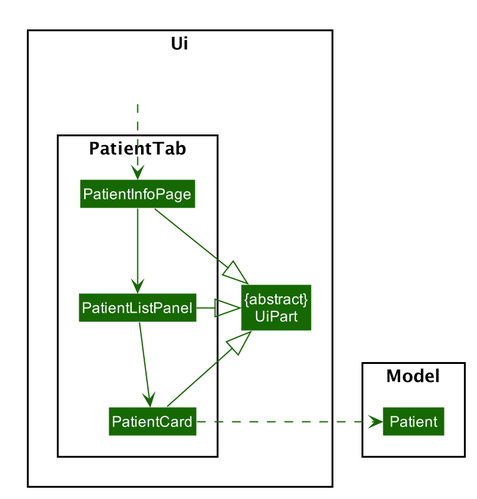
The PlantUML diagram docs/images/UiPatientClassDiagram.png in thutahw/tp, before a commit. Its diagram source:
```plantuml
@startuml








skinparam BackgroundColor #FFFFFFF

skinparam Shadowing false

skinparam Class {
    FontColor #FFFFFF
    BorderThickness 1
    BorderColor #FFFFFF
    StereotypeFontColor #FFFFFF
    FontName Arial
}

skinparam Actor {
    BorderColor #000000
    Color #000000
    FontName Arial
}

skinparam Sequence {
    MessageAlign center
    BoxFontSize 15
    BoxPadding 0
    BoxFontColor #FFFFFF
    FontName Arial
}

skinparam Participant {
    FontColor #FFFFFFF
    Padding 20
}

skinparam MinClassWidth 50
skinparam ParticipantPadding 10
skinparam Shadowing false
skinparam DefaultTextAlignment center
skinparam packageStyle Rectangle

hide footbox
hide members
hide circle
skinparam Class {
    BorderColor BACKGROUND_COLOR
    FontColor BACKGROUND_COLOR
    BackgroundColor #166800
    StereotypeFontColor BACKGROUND_COLOR
}
skinparam ArrowColor #166800

package Ui <<Rectangle>> {
Class "{abstract}\nUiPart" as UiPart
Class HiddenOutside #FFFFFF
package PatientTab <<Rectangle>> {
Class PatientInfoPage
Class PatientListPanel
Class PatientCard
}
}

package Model <<Rectangle>> {
Class Patient
}

HiddenOutside ..> PatientInfoPage

PatientInfoPage -down-> PatientListPanel
PatientListPanel -down-> PatientCard

PatientCard .right.> Patient

PatientInfoPage --|> UiPart
PatientListPanel -left-|> UiPart
PatientCard --|> UiPart

@enduml
```
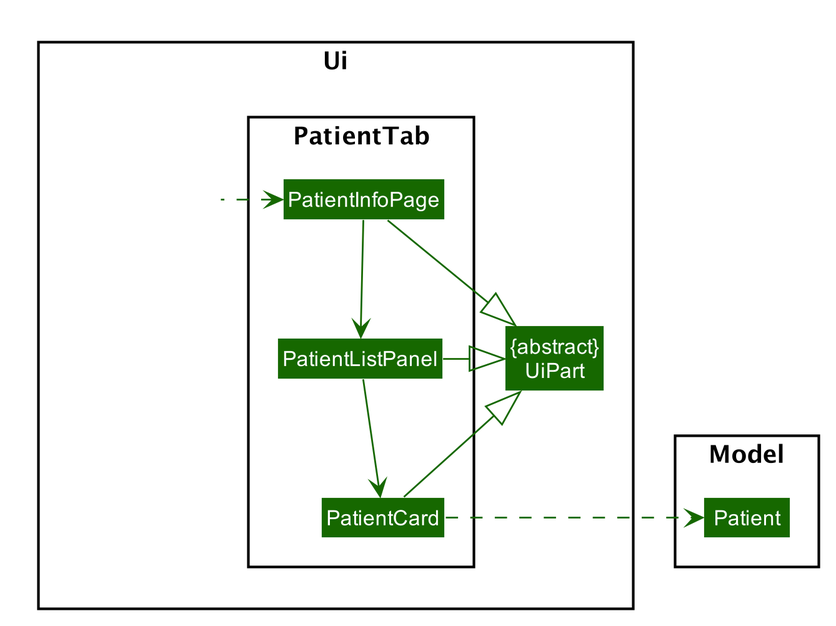
After the change.

Commit message:
Refactor UI class diagram for cleaner look

What changed in the source:
```diff
@@ -69,7 +69,7 @@
 Class Patient
 }
 
-HiddenOutside ..> PatientInfoPage
+HiddenOutside .left.> PatientInfoPage
 
 PatientInfoPage -down-> PatientListPanel
 PatientListPanel -down-> PatientCard
```
